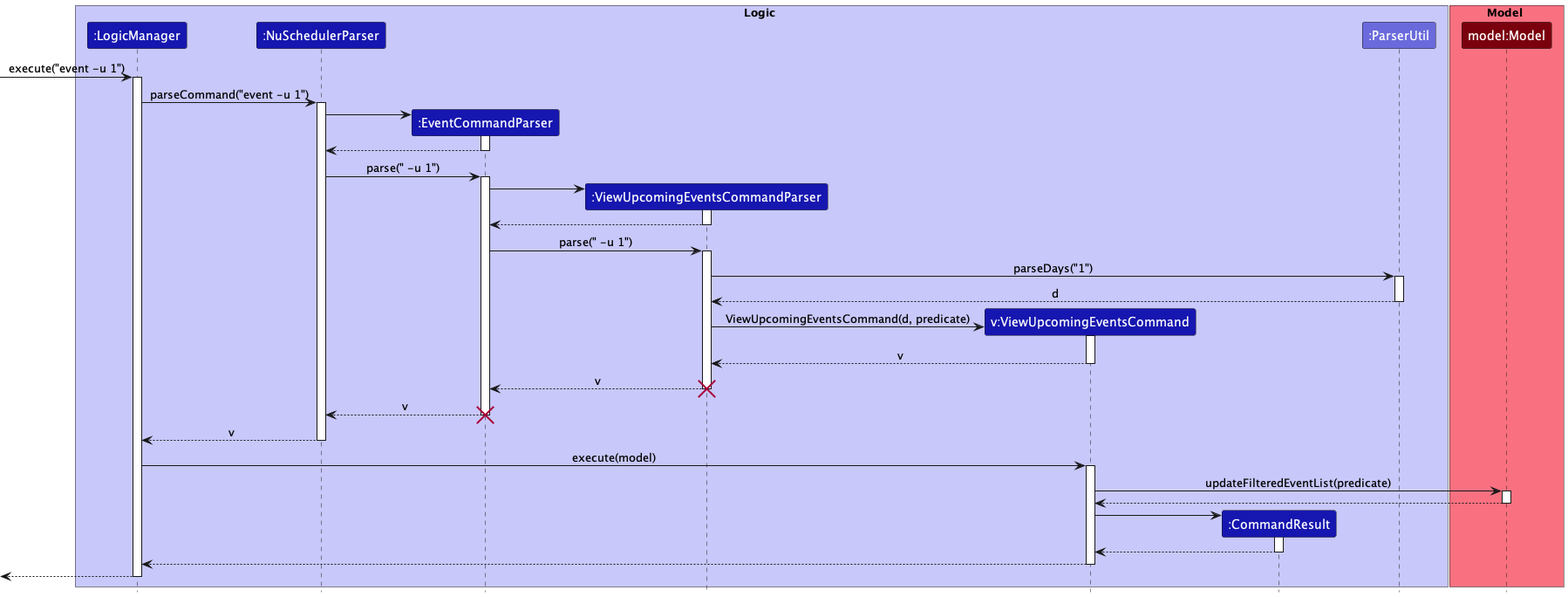
Above: docs/images/commands/ViewUpcomingEventsCommandSequenceDiagram.png in nus-cs2103-AY2223S1/tp (PlantUML), before the change.
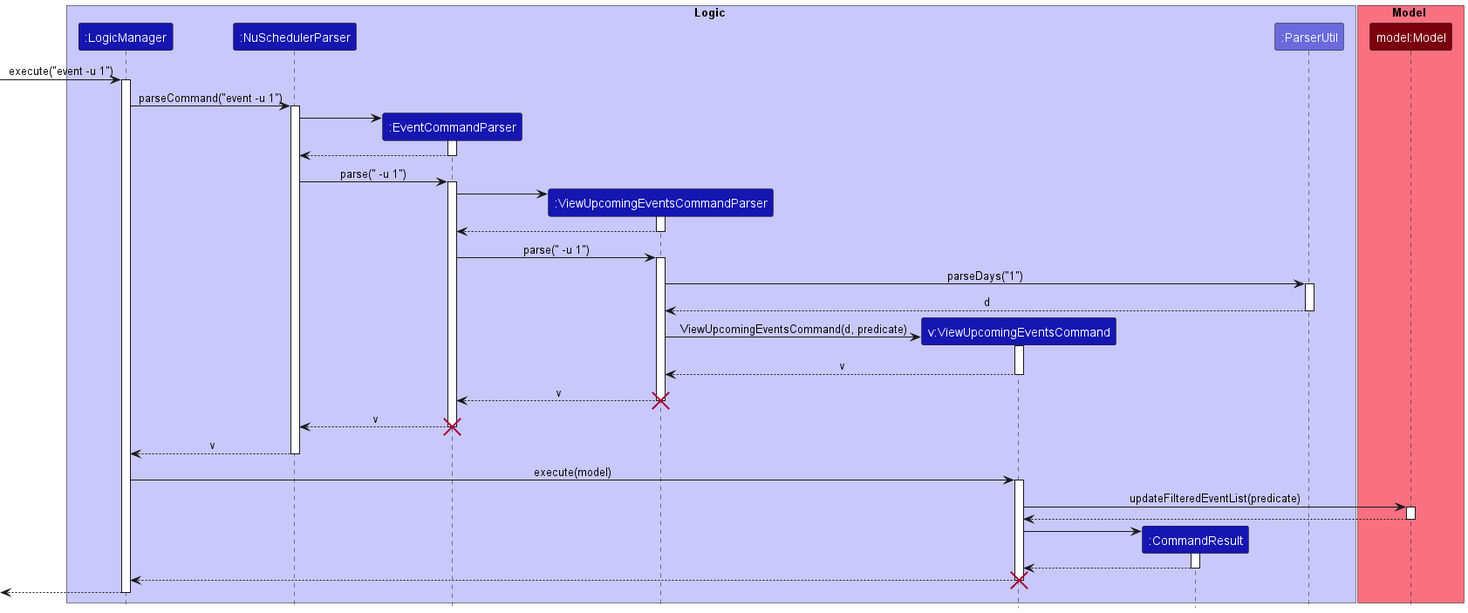
After the commit.

What changed in the source:
```diff
@@ -49,5 +49,6 @@
 ViewUpcomingEventsCommand -> commandResult ++
 return
 return
+destroy ViewUpcomingEventsCommand
 return
 @enduml
```
